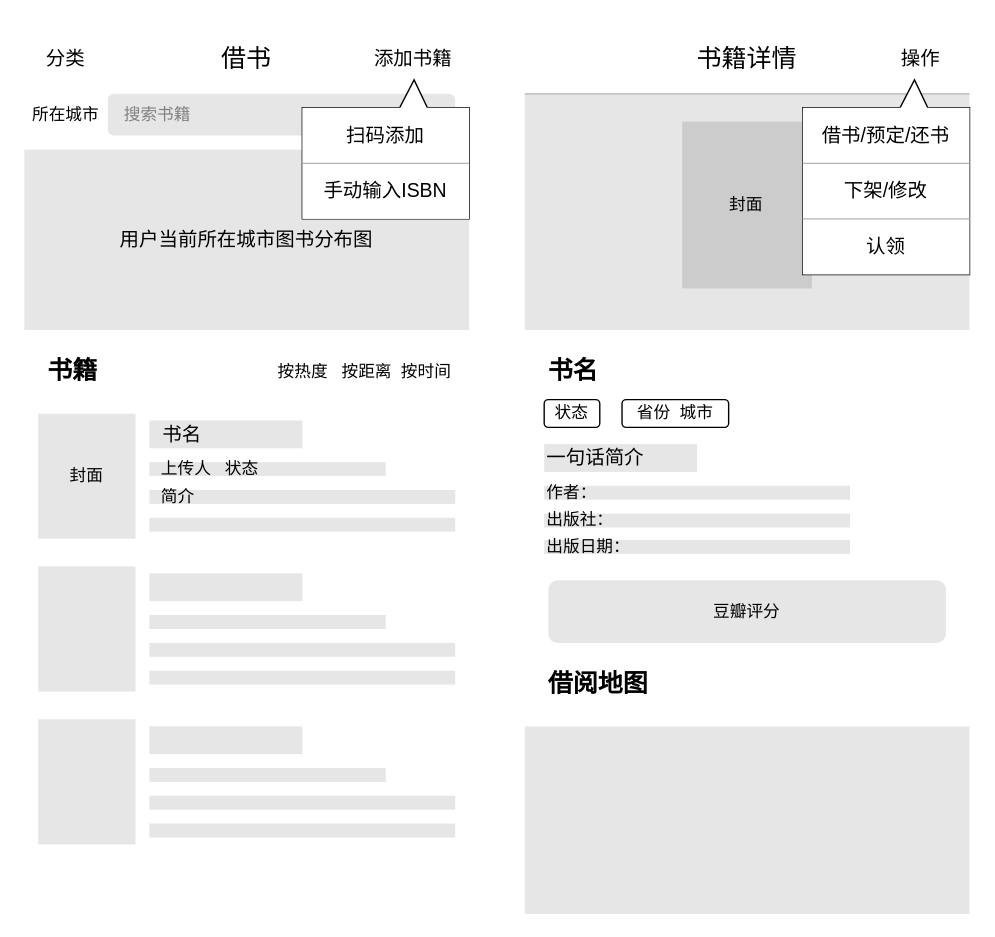
New-Citizen-Program/WavePure keeps this draw.io diagram as page "书海" (2 of 4) of design/Wireframes.drawio. Above is the earlier version. Source tidied: cells renumbered, new cells numbered last; positions are measured from the earlier drawing's top-left corner, leaving out a move shared by most shapes. Both pictures are drawn from the tidied source at 139%, with x=0, y=0 at pixel (24, 24).
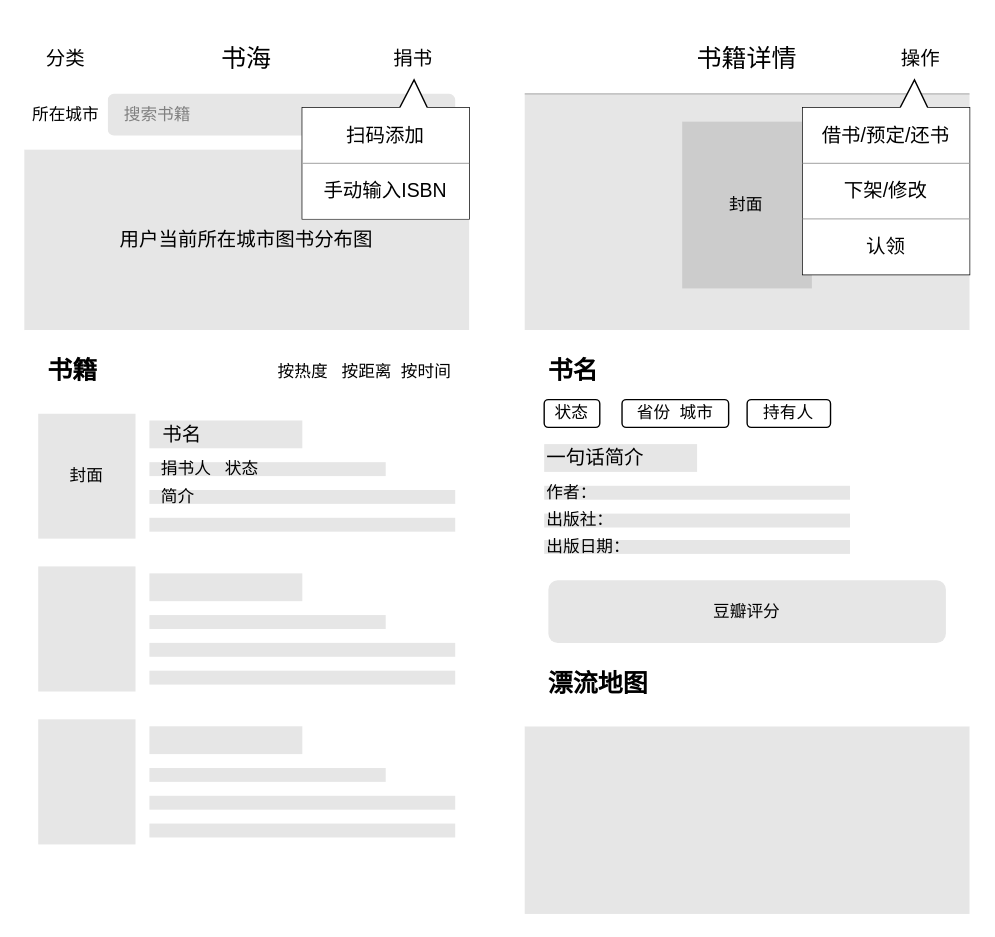
The same page after the edit.

Diff of the diagram source:
```diff
@@
-    <mxCell id="3" value="&lt;span style=&quot;font-size: 18px&quot;&gt;借书&lt;/span&gt;" style="rounded=0;whiteSpace=wrap;html=1;fillColor=#ffffff;strokeColor=none;" parent="1" vertex="1">
+    <mxCell id="3" value="&lt;span style=&quot;font-size: 18px&quot;&gt;书海&lt;/span&gt;" style="rounded=0;whiteSpace=wrap;html=1;fillColor=#ffffff;strokeColor=none;" parent="1" vertex="1">
       <mxGeometry width="320" height="50" as="geometry" />
     </mxCell>
@@
-    <mxCell id="5" value="&lt;font style=&quot;font-size: 14px&quot;&gt;添加书籍&lt;/font&gt;" style="rounded=0;whiteSpace=wrap;html=1;fillColor=#ffffff;strokeColor=none;" parent="1" vertex="1">
+    <mxCell id="5" value="&lt;font style=&quot;font-size: 14px&quot;&gt;捐书&lt;/font&gt;" style="rounded=0;whiteSpace=wrap;html=1;fillColor=#ffffff;strokeColor=none;" parent="1" vertex="1">
       <mxGeometry x="240" width="80" height="50" as="geometry" />
     </mxCell>
@@
-    <mxCell id="13" value="&amp;nbsp; 上传人&amp;nbsp; &amp;nbsp;状态&amp;nbsp;&amp;nbsp;" style="rounded=0;whiteSpace=wrap;html=1;fillColor=#E6E6E6;strokeColor=none;align=left;" parent="1" vertex="1">
+    <mxCell id="13" value="&amp;nbsp; 捐书人&amp;nbsp; &amp;nbsp;状态&amp;nbsp;&amp;nbsp;" style="rounded=0;whiteSpace=wrap;html=1;fillColor=#E6E6E6;strokeColor=none;align=left;" parent="1" vertex="1">
       <mxGeometry x="90" y="315" width="170" height="10" as="geometry" />
     </mxCell>
@@
-    <mxCell id="41" value="&lt;font style=&quot;font-size: 18px&quot;&gt;&lt;b&gt;&amp;nbsp; &amp;nbsp;借阅地图&lt;/b&gt;&lt;/font&gt;" style="rounded=0;whiteSpace=wrap;html=1;fillColor=#ffffff;align=left;strokeColor=none;" parent="1" vertex="1">
+    <mxCell id="41" value="&lt;font style=&quot;font-size: 18px&quot;&gt;&lt;b&gt;&amp;nbsp; &amp;nbsp;漂流地图&lt;/b&gt;&lt;/font&gt;" style="rounded=0;whiteSpace=wrap;html=1;fillColor=#ffffff;align=left;strokeColor=none;" parent="1" vertex="1">
       <mxGeometry x="360" y="445" width="320" height="60" as="geometry" />
     </mxCell>
@@
+    <mxCell id="53" value="持有人" style="rounded=1;whiteSpace=wrap;html=1;" parent="1" vertex="1">
+      <mxGeometry x="520" y="270" width="60" height="20" as="geometry" />
+    </mxCell>
```
